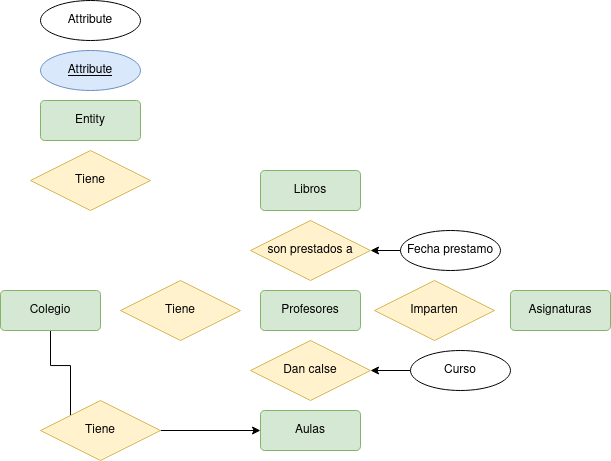
This is tareas base de datos/Tareas_Normalizacion/Examen/DiagramaExamen.drawio.png from Angel-L-G/Base-Datos, a draw.io export, as it was before one commit. Source tidied: cells renumbered, new cells last; positions are measured from the earlier drawing's top-left corner, leaving out a move shared by most shapes.
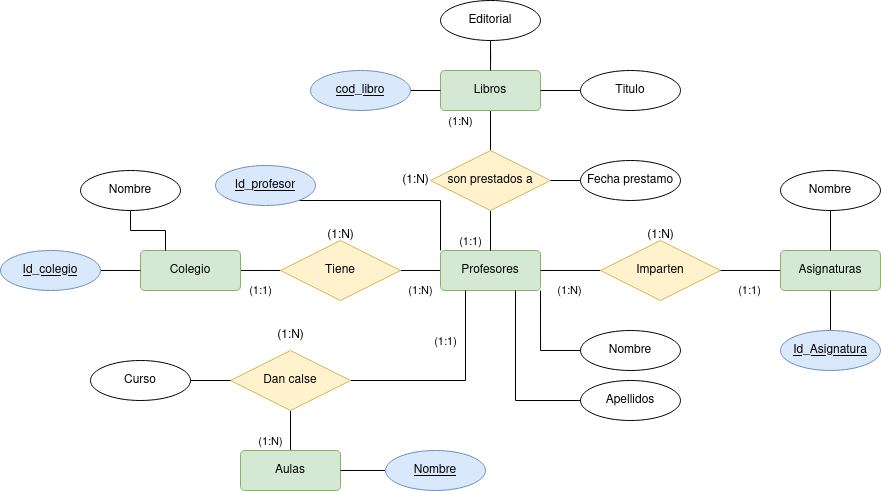
The same file after the commit.

What changed in the source:
```diff
@@ -2,65 +2,150 @@
   <root>
     <mxCell id="0" />
     <mxCell id="1" parent="0" />
+    <mxCell id="22" style="edgeStyle=orthogonalEdgeStyle;rounded=0;jettySize=auto;html=1;entryX=0;entryY=0;entryDx=0;entryDy=0;endArrow=none;endFill=0;" parent="1" edge="1" source="2" target="9">
+      <mxGeometry relative="1" as="geometry">
+        <Array as="points">
+          <mxPoint x="260" y="240" />
+        </Array>
+      </mxGeometry>
+    </mxCell>
-    <mxCell id="2" value="Attribute" style="ellipse;whiteSpace=wrap;html=1;align=center;fontStyle=4;fillColor=#dae8fc;strokeColor=#6c8ebf;" parent="1" vertex="1">
-      <mxGeometry x="40" y="50" width="100" height="40" as="geometry" />
+    <mxCell id="2" value="Id_profesor" style="ellipse;whiteSpace=wrap;html=1;align=center;fontStyle=4;fillColor=#dae8fc;strokeColor=#6c8ebf;" parent="1" vertex="1">
+      <mxGeometry x="35" y="205" width="100" height="40" as="geometry" />
     </mxCell>
-    <mxCell id="3" value="Entity" style="rounded=1;arcSize=10;whiteSpace=wrap;html=1;align=center;fillColor=#d5e8d4;strokeColor=#82b366;" parent="1" vertex="1">
-      <mxGeometry x="40" y="100" width="100" height="40" as="geometry" />
-    </mxCell>
-    <mxCell id="4" value="Tiene" style="shape=rhombus;perimeter=rhombusPerimeter;whiteSpace=wrap;html=1;align=center;fillColor=#fff2cc;strokeColor=#d6b656;" parent="1" vertex="1">
-      <mxGeometry x="30" y="150" width="120" height="60" as="geometry" />
-    </mxCell>
-    <mxCell id="5" value="Attribute" style="ellipse;whiteSpace=wrap;html=1;align=center;" parent="1" vertex="1">
-      <mxGeometry x="40" width="100" height="40" as="geometry" />
-    </mxCell>
-    <mxCell id="6" style="edgeStyle=orthogonalEdgeStyle;rounded=0;jettySize=auto;html=1;entryX=0;entryY=1;entryDx=0;entryDy=0;" parent="1" edge="1" source="7" target="19">
-      <mxGeometry relative="1" as="geometry" />
-    </mxCell>
+    <mxCell id="23" value="(1:1)" style="edgeStyle=orthogonalEdgeStyle;rounded=0;jettySize=auto;html=1;endArrow=none;endFill=0;" parent="1" edge="1" source="7" target="8">
+      <mxGeometry y="-20" relative="1" as="geometry" />
+    </mxCell>
     <mxCell id="7" value="Colegio" style="rounded=1;arcSize=10;whiteSpace=wrap;html=1;align=center;fillColor=#d5e8d4;strokeColor=#82b366;" parent="1" vertex="1">
-      <mxGeometry y="290" width="100" height="40" as="geometry" />
+      <mxGeometry x="-40" y="290" width="100" height="40" as="geometry" />
     </mxCell>
+    <mxCell id="24" value="(1:N)" style="edgeStyle=orthogonalEdgeStyle;rounded=0;jettySize=auto;html=1;endArrow=none;endFill=0;" parent="1" edge="1" source="8" target="9">
+      <mxGeometry y="-20" relative="1" as="geometry" />
+    </mxCell>
     <mxCell id="8" value="Tiene" style="shape=rhombus;perimeter=rhombusPerimeter;whiteSpace=wrap;html=1;align=center;fillColor=#fff2cc;strokeColor=#d6b656;" parent="1" vertex="1">
-      <mxGeometry x="120" y="280" width="120" height="60" as="geometry" />
+      <mxGeometry x="100" y="280" width="120" height="60" as="geometry" />
     </mxCell>
     <mxCell id="9" value="Profesores" style="rounded=1;arcSize=10;whiteSpace=wrap;html=1;align=center;fillColor=#d5e8d4;strokeColor=#82b366;" parent="1" vertex="1">
       <mxGeometry x="260" y="290" width="100" height="40" as="geometry" />
     </mxCell>
+    <mxCell id="25" value="(1:N)" style="edgeStyle=orthogonalEdgeStyle;rounded=0;jettySize=auto;html=1;endArrow=none;endFill=0;" parent="1" edge="1" source="10" target="9">
+      <mxGeometry y="20" relative="1" as="geometry" />
+    </mxCell>
     <mxCell id="10" value="Imparten" style="shape=rhombus;perimeter=rhombusPerimeter;whiteSpace=wrap;html=1;align=center;fillColor=#fff2cc;strokeColor=#d6b656;" parent="1" vertex="1">
-      <mxGeometry x="374" y="280" width="120" height="60" as="geometry" />
+      <mxGeometry x="420" y="280" width="120" height="60" as="geometry" />
     </mxCell>
+    <mxCell id="26" value="(1:1)" style="edgeStyle=orthogonalEdgeStyle;rounded=0;jettySize=auto;html=1;endArrow=none;endFill=0;" parent="1" edge="1" source="11" target="10">
+      <mxGeometry y="20" relative="1" as="geometry" />
+    </mxCell>
     <mxCell id="11" value="Asignaturas" style="rounded=1;arcSize=10;whiteSpace=wrap;html=1;align=center;fillColor=#d5e8d4;strokeColor=#82b366;" parent="1" vertex="1">
-      <mxGeometry x="510" y="290" width="100" height="40" as="geometry" />
+      <mxGeometry x="600" y="290" width="100" height="40" as="geometry" />
     </mxCell>
+    <mxCell id="27" value="(1:1)" style="edgeStyle=orthogonalEdgeStyle;rounded=0;jettySize=auto;html=1;endArrow=none;endFill=0;entryX=0.25;entryY=1;entryDx=0;entryDy=0;" parent="1" edge="1" source="12" target="9">
+      <mxGeometry x="0.5" y="20" relative="1" as="geometry" />
+    </mxCell>
+    <mxCell id="28" value="(1:N)" style="edgeStyle=orthogonalEdgeStyle;rounded=0;jettySize=auto;html=1;endArrow=none;endFill=0;" parent="1" edge="1" source="12" target="13">
+      <mxGeometry x="0.5" y="-20" relative="1" as="geometry" />
+    </mxCell>
     <mxCell id="12" value="Dan calse" style="shape=rhombus;perimeter=rhombusPerimeter;whiteSpace=wrap;html=1;align=center;fillColor=#fff2cc;strokeColor=#d6b656;" parent="1" vertex="1">
-      <mxGeometry x="250" y="340" width="120" height="60" as="geometry" />
+      <mxGeometry x="50" y="390" width="120" height="60" as="geometry" />
     </mxCell>
     <mxCell id="13" value="Aulas" style="rounded=1;arcSize=10;whiteSpace=wrap;html=1;align=center;fillColor=#d5e8d4;strokeColor=#82b366;" parent="1" vertex="1">
-      <mxGeometry x="260" y="410" width="100" height="40" as="geometry" />
+      <mxGeometry x="60" y="490" width="100" height="40" as="geometry" />
     </mxCell>
+    <mxCell id="29" value="(1:N)" style="edgeStyle=orthogonalEdgeStyle;rounded=0;jettySize=auto;html=1;endArrow=none;endFill=0;" parent="1" edge="1" source="14" target="15">
+      <mxGeometry x="-0.5" y="-30" relative="1" as="geometry" />
+    </mxCell>
     <mxCell id="14" value="Libros" style="rounded=1;arcSize=10;whiteSpace=wrap;html=1;align=center;fillColor=#d5e8d4;strokeColor=#82b366;" parent="1" vertex="1">
-      <mxGeometry x="260" y="170" width="100" height="40" as="geometry" />
+      <mxGeometry x="260" y="110" width="100" height="40" as="geometry" />
     </mxCell>
+    <mxCell id="30" value="(1:1)" style="edgeStyle=orthogonalEdgeStyle;rounded=0;jettySize=auto;html=1;endArrow=none;endFill=0;entryX=0.5;entryY=0;entryDx=0;entryDy=0;" parent="1" edge="1" source="15" target="9">
+      <mxGeometry x="0.5" y="-20" relative="1" as="geometry" />
+    </mxCell>
     <mxCell id="15" value="son prestados a" style="shape=rhombus;perimeter=rhombusPerimeter;whiteSpace=wrap;html=1;align=center;fillColor=#fff2cc;strokeColor=#d6b656;" parent="1" vertex="1">
-      <mxGeometry x="250" y="220" width="120" height="60" as="geometry" />
+      <mxGeometry x="250" y="190" width="120" height="60" as="geometry" />
     </mxCell>
-    <mxCell id="16" style="edgeStyle=orthogonalEdgeStyle;rounded=0;jettySize=auto;html=1;" parent="1" edge="1" source="17" target="15">
+    <mxCell id="16" style="edgeStyle=orthogonalEdgeStyle;rounded=0;jettySize=auto;html=1;endArrow=none;endFill=0;" parent="1" edge="1" source="17" target="15">
       <mxGeometry relative="1" as="geometry" />
     </mxCell>
     <mxCell id="17" value="Fecha prestamo" style="ellipse;whiteSpace=wrap;html=1;align=center;" parent="1" vertex="1">
-      <mxGeometry x="400" y="230" width="100" height="40" as="geometry" />
+      <mxGeometry x="400" y="200" width="100" height="40" as="geometry" />
     </mxCell>
-    <mxCell id="18" style="edgeStyle=orthogonalEdgeStyle;rounded=0;jettySize=auto;html=1;" parent="1" edge="1" source="19" target="13">
-      <mxGeometry relative="1" as="geometry" />
-    </mxCell>
-    <mxCell id="19" value="Tiene" style="shape=rhombus;perimeter=rhombusPerimeter;whiteSpace=wrap;html=1;align=center;fillColor=#fff2cc;strokeColor=#d6b656;" parent="1" vertex="1">
-      <mxGeometry x="40" y="400" width="120" height="60" as="geometry" />
-    </mxCell>
-    <mxCell id="20" style="edgeStyle=orthogonalEdgeStyle;rounded=0;jettySize=auto;html=1;" parent="1" edge="1" source="21" target="12">
+    <mxCell id="20" style="edgeStyle=orthogonalEdgeStyle;rounded=0;jettySize=auto;html=1;endArrow=none;endFill=0;" parent="1" edge="1" source="21" target="12">
       <mxGeometry relative="1" as="geometry" />
     </mxCell>
     <mxCell id="21" value="Curso" style="ellipse;whiteSpace=wrap;html=1;align=center;" parent="1" vertex="1">
-      <mxGeometry x="410" y="350" width="100" height="40" as="geometry" />
+      <mxGeometry x="-90" y="400" width="100" height="40" as="geometry" />
     </mxCell>
+    <mxCell id="31" style="edgeStyle=orthogonalEdgeStyle;rounded=0;jettySize=auto;html=1;endArrow=none;endFill=0;" parent="1" edge="1" source="32" target="14">
+      <mxGeometry relative="1" as="geometry" />
+    </mxCell>
+    <mxCell id="32" value="Editorial" style="ellipse;whiteSpace=wrap;html=1;align=center;" parent="1" vertex="1">
+      <mxGeometry x="260" y="40" width="100" height="40" as="geometry" />
+    </mxCell>
+    <mxCell id="33" value="(1:N)" style="text;html=1;align=center;verticalAlign=middle;strokeColor=none;fillColor=none;" parent="1" vertex="1">
+      <mxGeometry x="135" y="260" width="50" height="30" as="geometry" />
+    </mxCell>
+    <mxCell id="34" value="(1:N)" style="text;html=1;align=center;verticalAlign=middle;strokeColor=none;fillColor=none;" parent="1" vertex="1">
+      <mxGeometry x="455" y="260" width="50" height="30" as="geometry" />
+    </mxCell>
+    <mxCell id="35" value="(1:N)" style="text;html=1;align=center;verticalAlign=middle;strokeColor=none;fillColor=none;" parent="1" vertex="1">
+      <mxGeometry x="85" y="360" width="50" height="30" as="geometry" />
+    </mxCell>
+    <mxCell id="36" value="(1:N)" style="text;html=1;align=center;verticalAlign=middle;strokeColor=none;fillColor=none;" parent="1" vertex="1">
+      <mxGeometry x="210" y="205" width="50" height="30" as="geometry" />
+    </mxCell>
+    <mxCell id="37" style="edgeStyle=orthogonalEdgeStyle;rounded=0;jettySize=auto;html=1;endArrow=none;endFill=0;" parent="1" edge="1" source="38" target="14">
+      <mxGeometry relative="1" as="geometry" />
+    </mxCell>
+    <mxCell id="38" value="cod_libro" style="ellipse;whiteSpace=wrap;html=1;align=center;fontStyle=4;fillColor=#dae8fc;strokeColor=#6c8ebf;" parent="1" vertex="1">
+      <mxGeometry x="130" y="110" width="100" height="40" as="geometry" />
+    </mxCell>
+    <mxCell id="39" style="edgeStyle=orthogonalEdgeStyle;rounded=0;jettySize=auto;html=1;endArrow=none;endFill=0;" parent="1" edge="1" source="40" target="11">
+      <mxGeometry relative="1" as="geometry" />
+    </mxCell>
+    <mxCell id="40" value="Id_Asignatura" style="ellipse;whiteSpace=wrap;html=1;align=center;fontStyle=4;fillColor=#dae8fc;strokeColor=#6c8ebf;" parent="1" vertex="1">
+      <mxGeometry x="600" y="370" width="100" height="40" as="geometry" />
+    </mxCell>
+    <mxCell id="41" style="edgeStyle=orthogonalEdgeStyle;rounded=0;jettySize=auto;html=1;endArrow=none;endFill=0;" parent="1" edge="1" source="42" target="13">
+      <mxGeometry relative="1" as="geometry" />
+    </mxCell>
+    <mxCell id="42" value="Nombre" style="ellipse;whiteSpace=wrap;html=1;align=center;fontStyle=4;fillColor=#dae8fc;strokeColor=#6c8ebf;" parent="1" vertex="1">
+      <mxGeometry x="205" y="490" width="100" height="40" as="geometry" />
+    </mxCell>
+    <mxCell id="43" style="edgeStyle=orthogonalEdgeStyle;rounded=0;jettySize=auto;html=1;entryX=1;entryY=1;entryDx=0;entryDy=0;endArrow=none;endFill=0;" parent="1" edge="1" source="44" target="9">
+      <mxGeometry relative="1" as="geometry" />
+    </mxCell>
+    <mxCell id="44" value="Nombre" style="ellipse;whiteSpace=wrap;html=1;align=center;" parent="1" vertex="1">
+      <mxGeometry x="400" y="370" width="100" height="40" as="geometry" />
+    </mxCell>
+    <mxCell id="45" style="edgeStyle=orthogonalEdgeStyle;rounded=0;jettySize=auto;html=1;entryX=0.75;entryY=1;entryDx=0;entryDy=0;endArrow=none;endFill=0;" parent="1" edge="1" source="46" target="9">
+      <mxGeometry relative="1" as="geometry" />
+    </mxCell>
+    <mxCell id="46" value="Apellidos" style="ellipse;whiteSpace=wrap;html=1;align=center;" parent="1" vertex="1">
+      <mxGeometry x="400" y="420" width="100" height="40" as="geometry" />
+    </mxCell>
+    <mxCell id="47" style="edgeStyle=orthogonalEdgeStyle;rounded=0;jettySize=auto;html=1;endArrow=none;endFill=0;" parent="1" edge="1" source="48" target="14">
+      <mxGeometry relative="1" as="geometry" />
+    </mxCell>
+    <mxCell id="48" value="Titulo" style="ellipse;whiteSpace=wrap;html=1;align=center;" parent="1" vertex="1">
+      <mxGeometry x="400" y="110" width="100" height="40" as="geometry" />
+    </mxCell>
+    <mxCell id="49" style="edgeStyle=orthogonalEdgeStyle;rounded=0;jettySize=auto;html=1;endArrow=none;endFill=0;" parent="1" edge="1" source="50" target="11">
+      <mxGeometry relative="1" as="geometry" />
+    </mxCell>
+    <mxCell id="50" value="Nombre" style="ellipse;whiteSpace=wrap;html=1;align=center;" parent="1" vertex="1">
+      <mxGeometry x="600" y="210" width="100" height="40" as="geometry" />
+    </mxCell>
+    <mxCell id="51" style="edgeStyle=orthogonalEdgeStyle;rounded=0;jettySize=auto;html=1;endArrow=none;endFill=0;" parent="1" edge="1" source="52" target="7">
+      <mxGeometry relative="1" as="geometry" />
+    </mxCell>
+    <mxCell id="52" value="Id_colegio" style="ellipse;whiteSpace=wrap;html=1;align=center;fontStyle=4;fillColor=#dae8fc;strokeColor=#6c8ebf;" parent="1" vertex="1">
+      <mxGeometry x="-180" y="290" width="100" height="40" as="geometry" />
+    </mxCell>
+    <mxCell id="53" style="edgeStyle=orthogonalEdgeStyle;rounded=0;jettySize=auto;html=1;entryX=0.25;entryY=0;entryDx=0;entryDy=0;endArrow=none;endFill=0;" parent="1" edge="1" source="54" target="7">
+      <mxGeometry relative="1" as="geometry" />
+    </mxCell>
+    <mxCell id="54" value="Nombre" style="ellipse;whiteSpace=wrap;html=1;align=center;" parent="1" vertex="1">
+      <mxGeometry x="-100" y="210" width="100" height="40" as="geometry" />
+    </mxCell>
   </root>
 </mxGraphModel>
```
